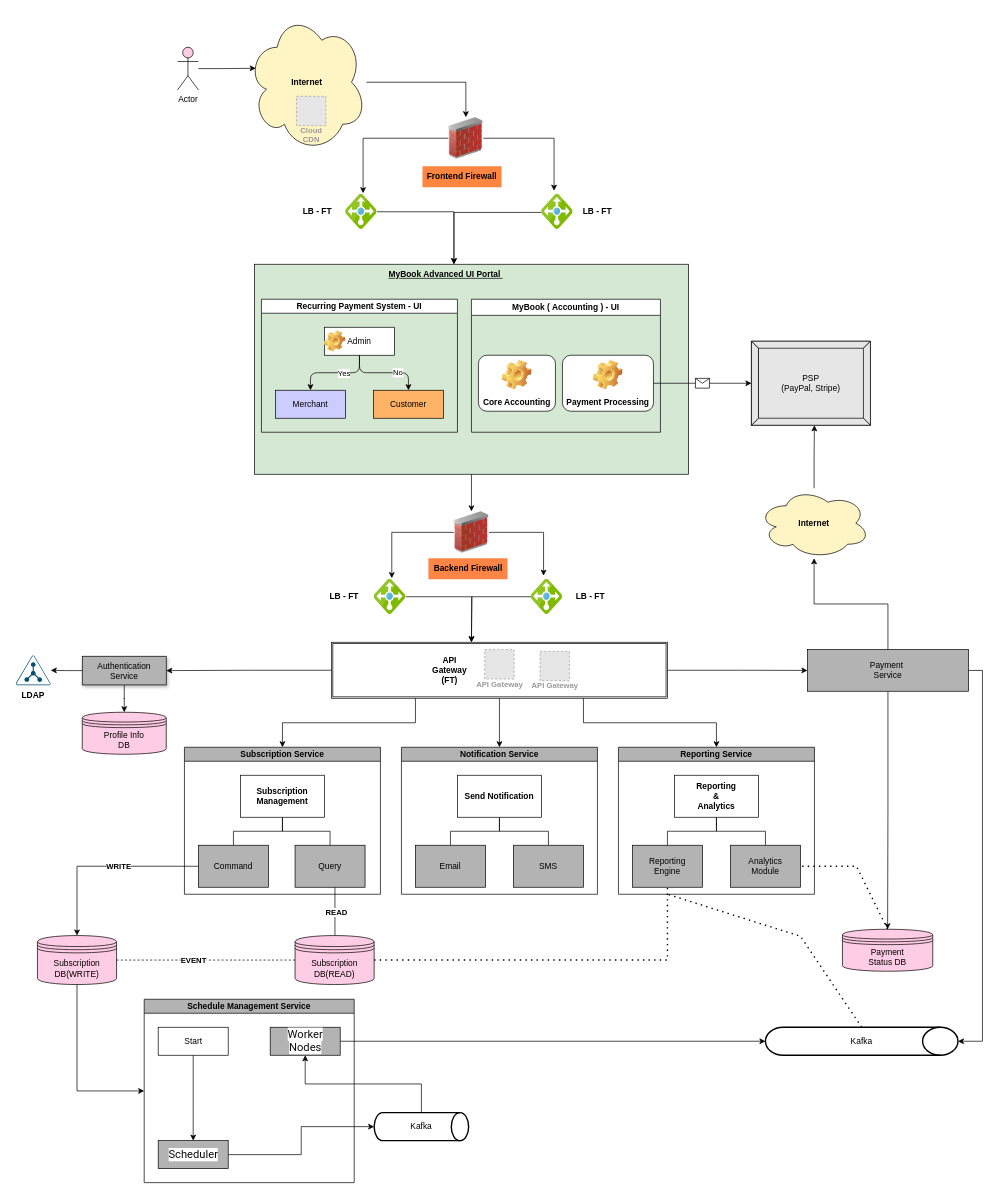
Above: Inuit_A4A.drawio in kk-ecu/tobedeleted (draw.io), before the change. Source tidied: cells renumbered, new cells numbered last; positions are measured from the earlier drawing's top-left corner, leaving out a move shared by most shapes. Both pictures are drawn from the tidied source at 70%, with x=0, y=0 at pixel (12, 12). Pictures stored in the file or linked from it are replaced by grey dashed boxes.
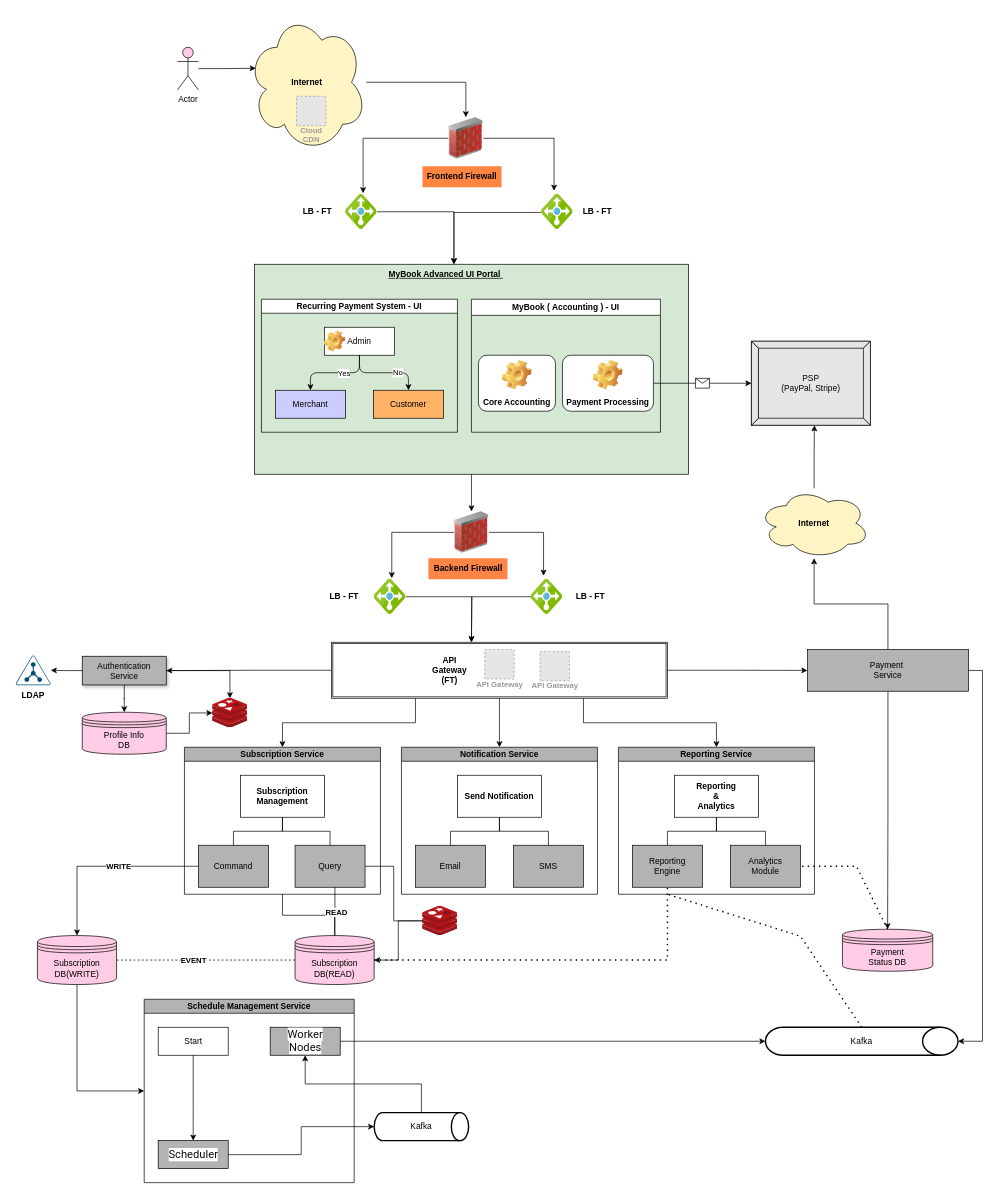
The same diagram, later.

Unchanged cells that the change refers to:
```xml
<mxCell id="57" value="Authentication&lt;div&gt;Service&lt;/div&gt;" style="rounded=0;whiteSpace=wrap;html=1;shadow=1;fillColor=#B3B3B3;" parent="1" vertex="1">
  <mxGeometry x="100" y="920" width="120" height="41" as="geometry" />
</mxCell>
<mxCell id="83" value="Profile Info&lt;div&gt;DB&lt;/div&gt;" style="shape=datastore;whiteSpace=wrap;html=1;fillColor=#FFCCE6;" parent="1" vertex="1">
  <mxGeometry x="100" y="1000" width="120" height="60" as="geometry" />
</mxCell>
<mxCell id="98" value="Subscription Service" style="swimlane;startSize=20;horizontal=1;containerType=tree;newEdgeStyle={&quot;edgeStyle&quot;:&quot;elbowEdgeStyle&quot;,&quot;startArrow&quot;:&quot;none&quot;,&quot;endArrow&quot;:&quot;none&quot;};fillColor=#B3B3B3;" parent="1" vertex="1">
  <mxGeometry x="246" y="1050" width="280" height="210" as="geometry" />
</mxCell>
<mxCell id="103" value="Query" style="whiteSpace=wrap;html=1;align=center;verticalAlign=middle;newEdgeStyle={&quot;edgeStyle&quot;:&quot;elbowEdgeStyle&quot;,&quot;startArrow&quot;:&quot;none&quot;,&quot;endArrow&quot;:&quot;none&quot;};fillColor=#B3B3B3;" parent="98" vertex="1">
  <mxGeometry x="158" y="140" width="100" height="60" as="geometry" />
</mxCell>
<mxCell id="104" value="Subscription&lt;div&gt;DB(READ)&lt;/div&gt;" style="shape=datastore;whiteSpace=wrap;html=1;fillColor=#FFCCE6;" parent="1" vertex="1">
  <mxGeometry x="404" y="1319" width="113" height="70" as="geometry" />
</mxCell>
```

Diff of the diagram source:
```diff
@@
+    <mxCell id="110" style="edgeStyle=orthogonalEdgeStyle;rounded=0;jettySize=auto;html=1;" parent="1" edge="1" source="57" target="116">
+      <mxGeometry relative="1" as="geometry" />
+    </mxCell>
@@
+    <mxCell id="111" style="edgeStyle=orthogonalEdgeStyle;rounded=0;jettySize=auto;html=1;" parent="1" edge="1" source="83" target="116">
+      <mxGeometry relative="1" as="geometry" />
+    </mxCell>
@@
+    <mxCell id="112" style="edgeStyle=elbowEdgeStyle;rounded=0;jettySize=auto;html=1;elbow=vertical;startArrow=none;endArrow=none;" parent="1" edge="1" source="98" target="104">
+      <mxGeometry relative="1" as="geometry" />
+    </mxCell>
@@
+    <mxCell id="113" style="edgeStyle=orthogonalEdgeStyle;rounded=0;jettySize=auto;html=1;entryX=1;entryY=0.5;entryDx=0;entryDy=0;" parent="1" edge="1" source="114" target="104">
+      <mxGeometry relative="1" as="geometry" />
+    </mxCell>
+    <mxCell id="114" style="image;sketch=0;html=1;points=[];align=center;fontSize=12;image=img/lib/mscae/Cache_Redis_Product.svg;" parent="1" vertex="1">
+      <mxGeometry x="586" y="1277" width="50" height="42" as="geometry" />
+    </mxCell>
+    <mxCell id="115" style="edgeStyle=elbowEdgeStyle;rounded=0;jettySize=auto;html=1;startArrow=none;endArrow=none;" parent="1" edge="1" source="103" target="114">
+      <mxGeometry relative="1" as="geometry" />
+    </mxCell>
+    <mxCell id="116" style="image;sketch=0;html=1;points=[];align=center;fontSize=12;image=img/lib/mscae/Cache_Redis_Product.svg;" parent="1" vertex="1">
+      <mxGeometry x="286" y="980" width="50" height="42" as="geometry" />
+    </mxCell>
```
